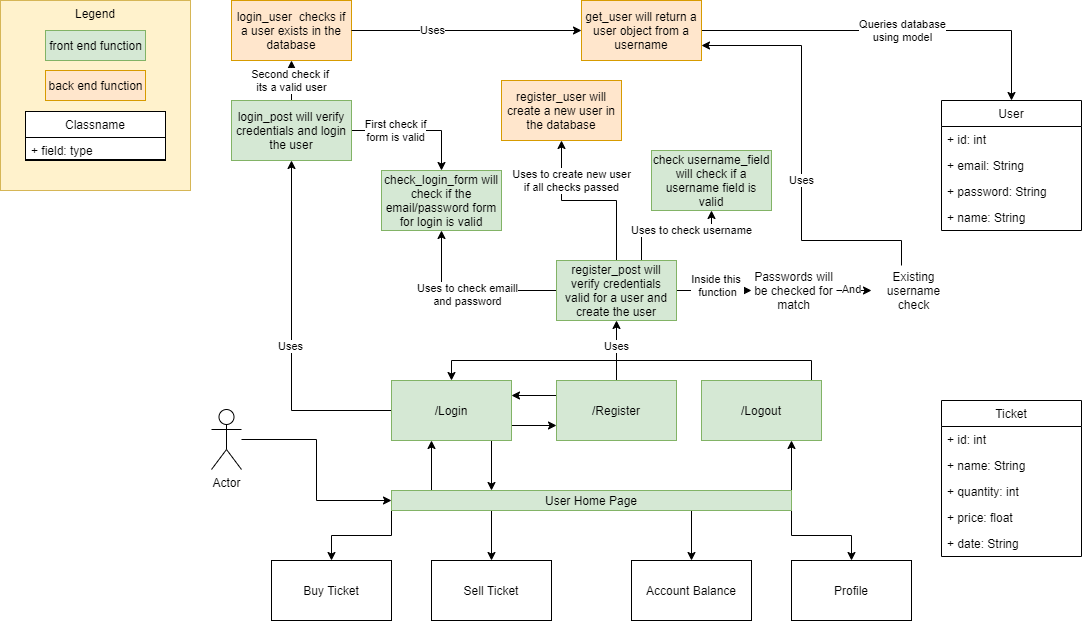
This is Design_Diagram.png from awebsters/SeetGeak-Quality-Assurance-Example, a draw.io export, as it was before one commit. Source tidied: cells renumbered, new cells last; positions are measured from the earlier drawing's top-left corner, leaving out a move shared by most shapes.
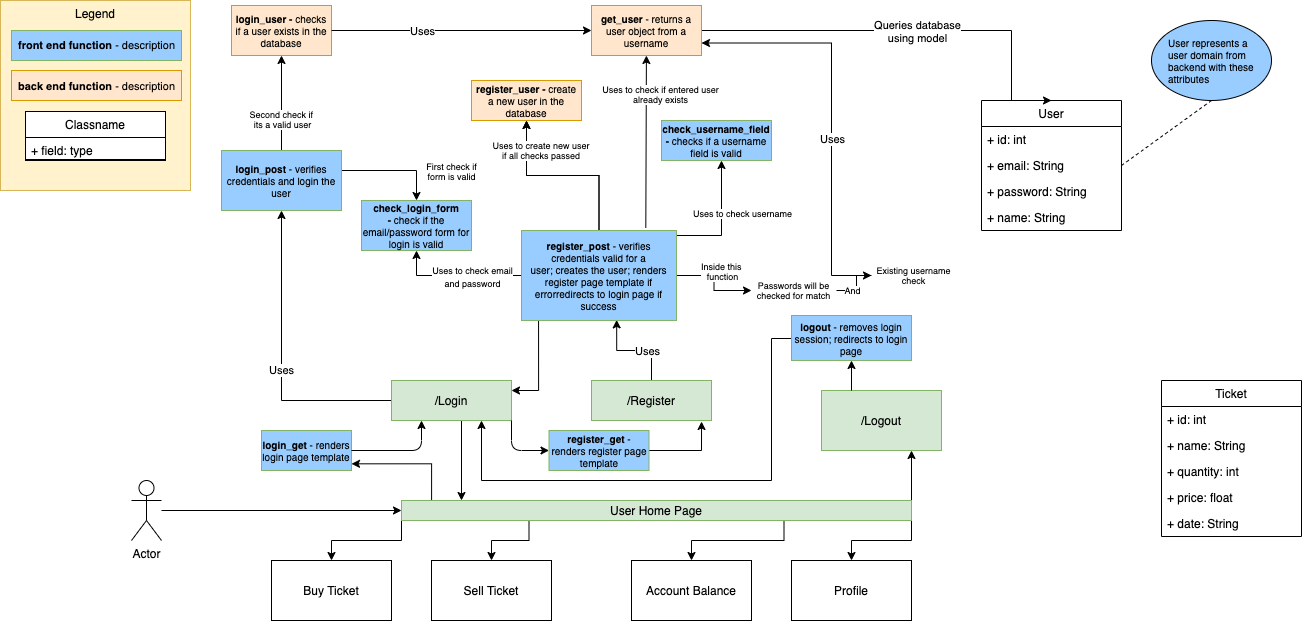
After the commit.

What changed in the source:
```diff
@@ -10,6 +10,6 @@
     </mxCell>
-    <mxCell id="4" style="edgeStyle=orthogonalEdgeStyle;rounded=0;jettySize=auto;html=1;exitX=0.25;exitY=0;exitDx=0;exitDy=0;" parent="1" edge="1" source="10" target="15">
+    <mxCell id="4" style="edgeStyle=orthogonalEdgeStyle;rounded=0;jettySize=auto;html=1;exitX=0.059;exitY=-0.025;exitDx=0;exitDy=0;entryX=1;entryY=0.833;entryDx=0;entryDy=0;entryPerimeter=0;exitPerimeter=0;" parent="1" edge="1" source="10" target="75">
       <mxGeometry relative="1" as="geometry">
         <Array as="points">
-          <mxPoint x="431" y="490" />
+          <mxPoint x="431" y="463" />
         </Array>
@@ -35,8 +35,10 @@
     <mxCell id="10" value="User Home Page" style="rounded=0;whiteSpace=wrap;html=1;fillColor=#d5e8d4;strokeColor=#82b366;" parent="1" vertex="1">
-      <mxGeometry x="391" y="490" width="400" height="20" as="geometry" />
+      <mxGeometry x="401" y="500" width="510" height="20" as="geometry" />
     </mxCell>
-    <mxCell id="11" style="edgeStyle=orthogonalEdgeStyle;rounded=0;jettySize=auto;html=1;exitX=0.75;exitY=1;exitDx=0;exitDy=0;entryX=0.25;entryY=0;entryDx=0;entryDy=0;" parent="1" edge="1" source="15" target="10">
+    <mxCell id="11" style="edgeStyle=orthogonalEdgeStyle;rounded=0;jettySize=auto;html=1;exitX=0.75;exitY=1;exitDx=0;exitDy=0;" parent="1" edge="1" source="15">
       <mxGeometry relative="1" as="geometry">
+        <mxPoint x="461" y="500" as="targetPoint" />
         <Array as="points">
-          <mxPoint x="491" y="440" />
+          <mxPoint x="461" y="420" />
+          <mxPoint x="461" y="500" />
         </Array>
@@ -44,3 +46,3 @@
     </mxCell>
-    <mxCell id="12" style="edgeStyle=orthogonalEdgeStyle;rounded=0;jettySize=auto;html=1;exitX=1;exitY=0.75;exitDx=0;exitDy=0;entryX=0;entryY=0.75;entryDx=0;entryDy=0;" parent="1" edge="1" source="15" target="19">
+    <mxCell id="12" style="edgeStyle=orthogonalEdgeStyle;rounded=0;jettySize=auto;html=1;exitX=1;exitY=0.5;exitDx=0;exitDy=0;entryX=0.917;entryY=1.025;entryDx=0;entryDy=0;entryPerimeter=0;" parent="1" edge="1" source="73" target="19">
       <mxGeometry relative="1" as="geometry" />
@@ -54,8 +56,8 @@
     <mxCell id="15" value="/Login" style="rounded=0;whiteSpace=wrap;html=1;fillColor=#d5e8d4;strokeColor=#82b366;" parent="1" vertex="1">
-      <mxGeometry x="391" y="380" width="120" height="60" as="geometry" />
+      <mxGeometry x="391" y="380" width="120" height="40" as="geometry" />
     </mxCell>
-    <mxCell id="16" style="edgeStyle=orthogonalEdgeStyle;rounded=0;jettySize=auto;html=1;exitX=0;exitY=0.25;exitDx=0;exitDy=0;entryX=1;entryY=0.25;entryDx=0;entryDy=0;" parent="1" edge="1" source="19" target="15">
+    <mxCell id="16" style="edgeStyle=orthogonalEdgeStyle;rounded=0;jettySize=auto;html=1;exitX=0.11;exitY=0.989;exitDx=0;exitDy=0;entryX=1;entryY=0.25;entryDx=0;entryDy=0;exitPerimeter=0;" parent="1" edge="1" source="61" target="15">
       <mxGeometry relative="1" as="geometry" />
     </mxCell>
-    <mxCell id="17" style="edgeStyle=orthogonalEdgeStyle;rounded=0;jettySize=auto;html=1;entryX=0.5;entryY=1;entryDx=0;entryDy=0;" parent="1" edge="1" source="19" target="61">
+    <mxCell id="17" style="edgeStyle=orthogonalEdgeStyle;rounded=0;jettySize=auto;html=1;entryX=0.614;entryY=0.993;entryDx=0;entryDy=0;entryPerimeter=0;" parent="1" edge="1" source="19" target="61">
       <mxGeometry relative="1" as="geometry" />
@@ -64,3 +66,3 @@
       <mxGeometry x="-0.25" relative="1" as="geometry">
-        <mxPoint y="-12" as="offset" />
+        <mxPoint x="1" as="offset" />
       </mxGeometry>
@@ -68,9 +70,13 @@
     <mxCell id="19" value="/Register" style="rounded=0;whiteSpace=wrap;html=1;fillColor=#d5e8d4;strokeColor=#82b366;" parent="1" vertex="1">
-      <mxGeometry x="556" y="380" width="120" height="60" as="geometry" />
+      <mxGeometry x="591" y="380" width="120" height="40" as="geometry" />
     </mxCell>
-    <mxCell id="20" style="edgeStyle=orthogonalEdgeStyle;rounded=0;jettySize=auto;html=1;entryX=0.5;entryY=0;entryDx=0;entryDy=0;" parent="1" edge="1" source="21" target="15">
+    <mxCell id="20" style="edgeStyle=orthogonalEdgeStyle;rounded=0;jettySize=auto;html=1;entryX=0.75;entryY=1;entryDx=0;entryDy=0;exitX=0;exitY=0.5;exitDx=0;exitDy=0;" parent="1" edge="1" source="77" target="15">
       <mxGeometry relative="1" as="geometry">
         <Array as="points">
-          <mxPoint x="811" y="360" />
-          <mxPoint x="451" y="360" />
+          <mxPoint x="791" y="345" />
+          <mxPoint x="811" y="345" />
+          <mxPoint x="811" y="338" />
+          <mxPoint x="771" y="338" />
+          <mxPoint x="771" y="480" />
+          <mxPoint x="481" y="480" />
         </Array>
@@ -79,3 +85,3 @@
     <mxCell id="21" value="/Logout" style="rounded=0;whiteSpace=wrap;html=1;fillColor=#d5e8d4;strokeColor=#82b366;" parent="1" vertex="1">
-      <mxGeometry x="701" y="380" width="120" height="60" as="geometry" />
+      <mxGeometry x="821" y="390" width="120" height="60" as="geometry" />
     </mxCell>
@@ -96,3 +102,4 @@
         <Array as="points">
-          <mxPoint x="441" y="130" />
+          <mxPoint x="271" y="170" />
+          <mxPoint x="446" y="170" />
         </Array>
@@ -100,5 +107,5 @@
     </mxCell>
-    <mxCell id="27" value="First check if&lt;br&gt;form is valid" style="edgeLabel;html=1;align=center;verticalAlign=middle;" parent="26" vertex="1">
+    <mxCell id="27" value="First check if&lt;br style=&quot;font-size: 9px;&quot;&gt;form is valid" style="edgeLabel;html=1;align=center;verticalAlign=middle;fontSize=9;" parent="26" vertex="1">
       <mxGeometry x="-0.33" y="2" relative="1" as="geometry">
-        <mxPoint y="2" as="offset" />
+        <mxPoint x="74.8" y="2" as="offset" />
       </mxGeometry>
@@ -108,9 +115,9 @@
     </mxCell>
-    <mxCell id="29" value="Second check if&amp;nbsp;&lt;br&gt;its a valid user" style="edgeLabel;html=1;align=center;verticalAlign=middle;" parent="28" vertex="1">
+    <mxCell id="29" value="Second check if&amp;nbsp;&lt;br style=&quot;font-size: 9px;&quot;&gt;its a valid user" style="edgeLabel;html=1;align=center;verticalAlign=middle;fontSize=9;" parent="28" vertex="1">
       <mxGeometry x="-0.34" y="1" relative="1" as="geometry">
-        <mxPoint x="1" y="-7" as="offset" />
+        <mxPoint x="1" y="-0.5" as="offset" />
       </mxGeometry>
     </mxCell>
-    <mxCell id="30" value="login_post will verify credentials and login the user" style="rounded=0;whiteSpace=wrap;html=1;fillColor=#d5e8d4;strokeColor=#82b366;" parent="1" vertex="1">
-      <mxGeometry x="231" y="100" width="120" height="60" as="geometry" />
+    <mxCell id="30" value="&lt;b style=&quot;font-size: 10px;&quot;&gt;login_post&lt;/b&gt;&amp;nbsp;- verifies credentials and login the user" style="rounded=0;whiteSpace=wrap;html=1;strokeColor=#82b366;fillColor=#99CCFF;fontSize=10;" parent="1" vertex="1">
+      <mxGeometry x="221" y="150" width="120" height="60" as="geometry" />
     </mxCell>
@@ -128,10 +135,10 @@
     </mxCell>
-    <mxCell id="33" value="login_user&amp;nbsp; checks if a user exists in the database" style="rounded=0;whiteSpace=wrap;html=1;fillColor=#ffe6cc;strokeColor=#d79b00;" parent="1" vertex="1">
-      <mxGeometry x="231" width="120" height="60" as="geometry" />
+    <mxCell id="33" value="&lt;b&gt;login_user -&amp;nbsp;&lt;/b&gt;checks if a user exists in the database" style="rounded=0;whiteSpace=wrap;html=1;fillColor=#ffe6cc;strokeColor=#d79b00;fontSize=10;" parent="1" vertex="1">
+      <mxGeometry x="231" y="5" width="100" height="50" as="geometry" />
     </mxCell>
-    <mxCell id="34" value="check_login_form will check if the email/password form for login is valid" style="rounded=0;whiteSpace=wrap;html=1;fillColor=#d5e8d4;strokeColor=#82b366;" parent="1" vertex="1">
-      <mxGeometry x="381" y="170" width="120" height="60" as="geometry" />
+    <mxCell id="34" value="&lt;b&gt;check_login_form -&lt;/b&gt;&amp;nbsp;check if the email/password form for login is valid" style="rounded=0;whiteSpace=wrap;html=1;strokeColor=#82b366;fillColor=#99CCFF;fontSize=10;" parent="1" vertex="1">
+      <mxGeometry x="361" y="200" width="110" height="50" as="geometry" />
     </mxCell>
     <mxCell id="35" value="User" style="swimlane;fontStyle=0;horizontal=1;startSize=26;fillColor=none;" parent="1" vertex="1">
-      <mxGeometry x="941" y="100" width="140" height="130" as="geometry" />
+      <mxGeometry x="981" y="100" width="140" height="130" as="geometry" />
     </mxCell>
@@ -149,4 +156,4 @@
     </mxCell>
-    <mxCell id="40" value="get_user will return a user object from a username" style="rounded=0;whiteSpace=wrap;html=1;fillColor=#ffe6cc;strokeColor=#d79b00;" parent="1" vertex="1">
-      <mxGeometry x="581" width="120" height="60" as="geometry" />
+    <mxCell id="40" value="&lt;b&gt;get_user&lt;/b&gt;&amp;nbsp;- returns a user object from a username" style="rounded=0;whiteSpace=wrap;html=1;fillColor=#ffe6cc;strokeColor=#d79b00;fontSize=10;" parent="1" vertex="1">
+      <mxGeometry x="591" y="5" width="110" height="50" as="geometry" />
     </mxCell>
@@ -161,3 +168,3 @@
     <mxCell id="43" value="Ticket" style="swimlane;fontStyle=0;horizontal=1;startSize=26;fillColor=none;" parent="1" vertex="1">
-      <mxGeometry x="941" y="400" width="140" height="156" as="geometry" />
+      <mxGeometry x="1161" y="380" width="140" height="156" as="geometry" />
     </mxCell>
@@ -178,7 +185,7 @@
     </mxCell>
-    <mxCell id="49" value="front end function" style="html=1;fillColor=#d5e8d4;strokeColor=#82b366;" parent="1" vertex="1">
-      <mxGeometry x="45" y="30" width="100" height="30" as="geometry" />
+    <mxCell id="49" value="&lt;b style=&quot;font-size: 11px;&quot;&gt;front end function &lt;/b&gt;- description" style="html=1;strokeColor=#82b366;fillColor=#99CCFF;fontSize=11;" parent="1" vertex="1">
+      <mxGeometry x="11" y="30" width="170" height="30" as="geometry" />
     </mxCell>
-    <mxCell id="50" value="back end function" style="html=1;fillColor=#ffe6cc;strokeColor=#d79b00;" parent="1" vertex="1">
-      <mxGeometry x="45" y="70" width="100" height="30" as="geometry" />
+    <mxCell id="50" value="&lt;font style=&quot;font-size: 11px&quot;&gt;&lt;b&gt;back end function&lt;/b&gt; - description&lt;/font&gt;" style="html=1;fillColor=#ffe6cc;strokeColor=#d79b00;" parent="1" vertex="1">
+      <mxGeometry x="11" y="70" width="170" height="30" as="geometry" />
     </mxCell>
@@ -193,3 +200,3 @@
     </mxCell>
-    <mxCell id="54" value="Inside this &lt;br&gt;function" style="edgeLabel;html=1;align=center;verticalAlign=middle;" parent="53" vertex="1">
+    <mxCell id="54" value="Inside this &lt;br style=&quot;font-size: 9px;&quot;&gt;function" style="edgeLabel;html=1;align=center;verticalAlign=middle;fontSize=9;" parent="53" vertex="1">
       <mxGeometry x="-0.42" y="13" relative="1" as="geometry">
@@ -201,4 +208,6 @@
     </mxCell>
-    <mxCell id="56" value="Uses to check emaill&lt;br&gt;and password" style="edgeLabel;html=1;align=center;verticalAlign=middle;" parent="55" vertex="1">
-      <mxGeometry x="0.02" y="4" relative="1" as="geometry" />
+    <mxCell id="56" value="&lt;font style=&quot;font-size: 9px&quot;&gt;Uses to check email&lt;br&gt;and password&lt;/font&gt;" style="edgeLabel;html=1;align=center;verticalAlign=middle;" parent="55" vertex="1">
+      <mxGeometry x="0.02" y="4" relative="1" as="geometry">
+        <mxPoint x="16.2" y="-4" as="offset" />
+      </mxGeometry>
     </mxCell>
@@ -208,3 +217,3 @@
           <mxPoint x="641" y="235" />
-          <mxPoint x="711" y="235" />
+          <mxPoint x="721" y="235" />
         </Array>
@@ -212,5 +221,5 @@
     </mxCell>
-    <mxCell id="58" value="Uses to check username" style="edgeLabel;html=1;align=center;verticalAlign=middle;" parent="57" vertex="1">
+    <mxCell id="58" value="Uses to check username" style="edgeLabel;html=1;align=center;verticalAlign=middle;fontSize=9;" parent="57" vertex="1">
       <mxGeometry x="-0.24" y="3" relative="1" as="geometry">
-        <mxPoint x="29" y="-2" as="offset" />
+        <mxPoint x="23.3" y="-22" as="offset" />
       </mxGeometry>
@@ -220,9 +229,7 @@
     </mxCell>
-    <mxCell id="60" value="Uses to create new user&lt;br&gt;if all checks passed" style="edgeLabel;html=1;align=center;verticalAlign=middle;" parent="59" vertex="1">
-      <mxGeometry x="0.36" y="-8" relative="1" as="geometry">
-        <mxPoint x="2" y="-16" as="offset" />
-      </mxGeometry>
-    </mxCell>
+    <mxCell id="72" style="edgeStyle=orthogonalEdgeStyle;rounded=0;jettySize=auto;html=1;fontSize=10;" parent="1" edge="1" source="61" target="69">
+      <mxGeometry relative="1" as="geometry" />
+    </mxCell>
-    <mxCell id="61" value="register_post will verify credentials valid for a user and create the user" style="rounded=0;whiteSpace=wrap;html=1;fillColor=#d5e8d4;strokeColor=#82b366;" parent="1" vertex="1">
-      <mxGeometry x="556" y="260" width="120" height="60" as="geometry" />
+    <mxCell id="61" value="&lt;b&gt;register_post&lt;/b&gt;&amp;nbsp;-&amp;nbsp;&lt;span style=&quot;text-align: left&quot;&gt;verifies credentials valid for a user;&amp;nbsp;&lt;/span&gt;&lt;span style=&quot;text-align: left&quot;&gt;creates the user;&amp;nbsp;&lt;/span&gt;&lt;span style=&quot;text-align: left&quot;&gt;renders register page template if error&lt;/span&gt;&lt;span style=&quot;text-align: left&quot;&gt;redirects to login page if success&lt;/span&gt;&lt;span style=&quot;text-align: left&quot;&gt;&lt;br&gt;&lt;/span&gt;" style="rounded=0;whiteSpace=wrap;html=1;strokeColor=#82b366;fillColor=#99CCFF;fontSize=10;" parent="1" vertex="1">
+      <mxGeometry x="521" y="230" width="155" height="90" as="geometry" />
     </mxCell>
@@ -231,3 +238,3 @@
     </mxCell>
-    <mxCell id="63" value="And" style="edgeLabel;html=1;align=center;verticalAlign=middle;" parent="62" vertex="1">
+    <mxCell id="63" value="And" style="edgeLabel;html=1;align=center;verticalAlign=middle;fontSize=9;" parent="62" vertex="1">
       <mxGeometry x="-0.46" y="-24" relative="1" as="geometry">
@@ -236,7 +243,7 @@
     </mxCell>
-    <mxCell id="64" value="Passwords will be checked for match" style="text;html=1;strokeColor=none;fillColor=none;align=center;verticalAlign=middle;whiteSpace=wrap;rounded=0;" parent="1" vertex="1">
+    <mxCell id="64" value="Passwords will be checked for match" style="text;html=1;strokeColor=none;fillColor=none;align=center;verticalAlign=middle;whiteSpace=wrap;rounded=0;fontSize=9;" parent="1" vertex="1">
       <mxGeometry x="751" y="265" width="85" height="50" as="geometry" />
     </mxCell>
-    <mxCell id="65" value="check username_field will check if a username field is valid" style="rounded=0;whiteSpace=wrap;html=1;fillColor=#d5e8d4;strokeColor=#82b366;" parent="1" vertex="1">
-      <mxGeometry x="651" y="150" width="120" height="60" as="geometry" />
+    <mxCell id="65" value="&lt;b&gt;check_username_field -&lt;/b&gt;&amp;nbsp;checks if a username field is valid" style="rounded=0;whiteSpace=wrap;html=1;strokeColor=#82b366;fillColor=#99CCFF;fontSize=10;" parent="1" vertex="1">
+      <mxGeometry x="661" y="120" width="110" height="40" as="geometry" />
     </mxCell>
@@ -245,5 +252,4 @@
         <Array as="points">
-          <mxPoint x="901" y="240" />
-          <mxPoint x="801" y="240" />
-          <mxPoint x="801" y="45" />
+          <mxPoint x="831" y="275" />
+          <mxPoint x="831" y="43" />
         </Array>
@@ -256,7 +262,7 @@
     </mxCell>
-    <mxCell id="68" value="Existing username check" style="text;html=1;strokeColor=none;fillColor=none;align=center;verticalAlign=middle;whiteSpace=wrap;rounded=0;" parent="1" vertex="1">
-      <mxGeometry x="871" y="265" width="85" height="50" as="geometry" />
+    <mxCell id="68" value="Existing username check" style="text;html=1;strokeColor=none;fillColor=none;align=center;verticalAlign=middle;whiteSpace=wrap;rounded=0;fontSize=9;" parent="1" vertex="1">
+      <mxGeometry x="871" y="250" width="85" height="50" as="geometry" />
     </mxCell>
-    <mxCell id="69" value="register_user will create a new user in the database" style="rounded=0;whiteSpace=wrap;html=1;fillColor=#ffe6cc;strokeColor=#d79b00;" parent="1" vertex="1">
-      <mxGeometry x="501" y="80" width="120" height="60" as="geometry" />
+    <mxCell id="69" value="&lt;b&gt;register_user -&lt;/b&gt;&amp;nbsp;create a new user in the database" style="rounded=0;whiteSpace=wrap;html=1;fillColor=#ffe6cc;strokeColor=#d79b00;fontSize=10;" parent="1" vertex="1">
+      <mxGeometry x="471" y="80" width="110" height="40" as="geometry" />
     </mxCell>
@@ -266,4 +272,56 @@
     <mxCell id="71" value="Actor" style="shape=umlActor;verticalLabelPosition=bottom;verticalAlign=top;html=1;outlineConnect=0;" parent="1" vertex="1">
-      <mxGeometry x="211" y="409" width="30" height="60" as="geometry" />
+      <mxGeometry x="131" y="480" width="30" height="60" as="geometry" />
     </mxCell>
+    <mxCell id="73" value="&lt;b style=&quot;font-size: 10px;&quot;&gt;register_get&lt;/b&gt; - renders register page template" style="rounded=0;whiteSpace=wrap;html=1;strokeColor=#82b366;fillColor=#99CCFF;fontSize=10;" parent="1" vertex="1">
+      <mxGeometry x="548.5" y="430" width="100" height="40" as="geometry" />
+    </mxCell>
+    <mxCell id="74" style="endArrow=classic;html=1;exitX=1;exitY=1;exitDx=0;exitDy=0;" parent="1" edge="1" source="15" target="73">
+      <mxGeometry relative="1" as="geometry">
+        <Array as="points">
+          <mxPoint x="511" y="450" />
+        </Array>
+      </mxGeometry>
+    </mxCell>
+    <mxCell id="75" value="&lt;b style=&quot;font-size: 10px;&quot;&gt;login_get&lt;/b&gt; - renders login page template" style="rounded=0;whiteSpace=wrap;html=1;strokeColor=#82b366;fillColor=#99CCFF;fontSize=10;" parent="1" vertex="1">
+      <mxGeometry x="261" y="430" width="90" height="40" as="geometry" />
+    </mxCell>
+    <mxCell id="76" style="endArrow=classic;html=1;fontSize=11;exitX=1;exitY=0.5;exitDx=0;exitDy=0;" parent="1" edge="1" source="75">
+      <mxGeometry relative="1" as="geometry">
+        <mxPoint x="421" y="420" as="targetPoint" />
+        <Array as="points">
+          <mxPoint x="421" y="450" />
+        </Array>
+      </mxGeometry>
+    </mxCell>
+    <mxCell id="77" value="&lt;b style=&quot;font-size: 10px;&quot;&gt;logout&lt;/b&gt;&amp;nbsp;- removes login session; redirects to login page" style="rounded=0;whiteSpace=wrap;html=1;strokeColor=#82b366;fillColor=#99CCFF;fontSize=10;" parent="1" vertex="1">
+      <mxGeometry x="791" y="315" width="120" height="45" as="geometry" />
+    </mxCell>
+    <mxCell id="78" style="endArrow=classic;html=1;fontSize=10;entryX=0.5;entryY=1;entryDx=0;entryDy=0;" parent="1" edge="1" target="77">
+      <mxGeometry relative="1" as="geometry">
+        <mxPoint x="851" y="390" as="sourcePoint" />
+        <Array as="points">
+          <mxPoint x="851" y="390" />
+        </Array>
+      </mxGeometry>
+    </mxCell>
+    <mxCell id="79" style="endArrow=none;dashed=1;html=1;fontSize=10;exitX=1;exitY=0.5;exitDx=0;exitDy=0;entryX=0.5;entryY=1;entryDx=0;entryDy=0;" parent="1" edge="1" source="37" target="82">
+      <mxGeometry relative="1" as="geometry" />
+    </mxCell>
+    <mxCell id="80" style="endArrow=classic;html=1;fontSize=10;exitX=0.802;exitY=-0.028;exitDx=0;exitDy=0;exitPerimeter=0;" parent="1" edge="1" source="61" target="40">
+      <mxGeometry relative="1" as="geometry" />
+    </mxCell>
+    <mxCell id="81" value="Uses to check if entered user&lt;br style=&quot;font-size: 9px;&quot;&gt;already exists" style="edgeLabel;html=1;align=center;verticalAlign=middle;fontSize=9;" parent="1" vertex="1">
+      <mxGeometry x="661" y="111" as="geometry">
+        <mxPoint x="-2" y="-18" as="offset" />
+      </mxGeometry>
+    </mxCell>
+    <mxCell id="60" value="Uses to create new user if all checks passed" style="text;html=1;strokeColor=none;fillColor=none;align=center;verticalAlign=middle;whiteSpace=wrap;rounded=0;fontSize=9;labelBackgroundColor=#ffffff;" parent="1" vertex="1">
+      <mxGeometry x="491" y="140" width="100" height="20" as="geometry" />
+    </mxCell>
+    <mxCell id="82" style="ellipse;whiteSpace=wrap;html=1;labelBackgroundColor=#ffffff;fillColor=#99CCFF;fontSize=10;" parent="1" vertex="1">
+      <mxGeometry x="1151" y="20" width="120" height="80" as="geometry" />
+    </mxCell>
+    <mxCell id="83" value="User represents a user domain from backend with these attributes" style="text;html=1;strokeColor=none;fillColor=none;align=left;verticalAlign=middle;whiteSpace=wrap;rounded=0;labelBackgroundColor=none;fontSize=10;" parent="1" vertex="1">
+      <mxGeometry x="1166" y="40" width="90" height="40" as="geometry" />
+    </mxCell>
   </root>
```
